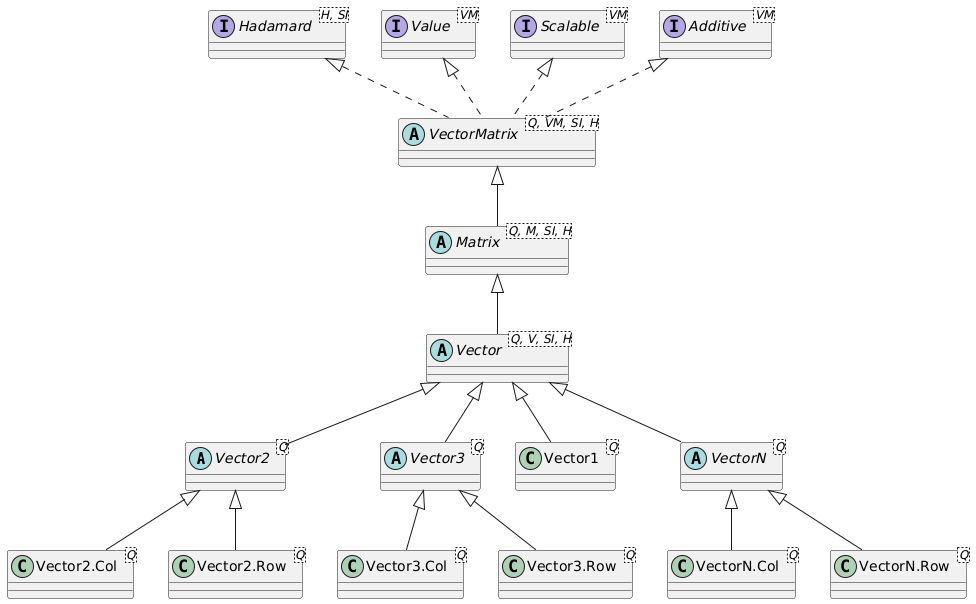
This is docs/images/vector.png from averbraeck/djunits, a PlantUML export, as it was before one commit.
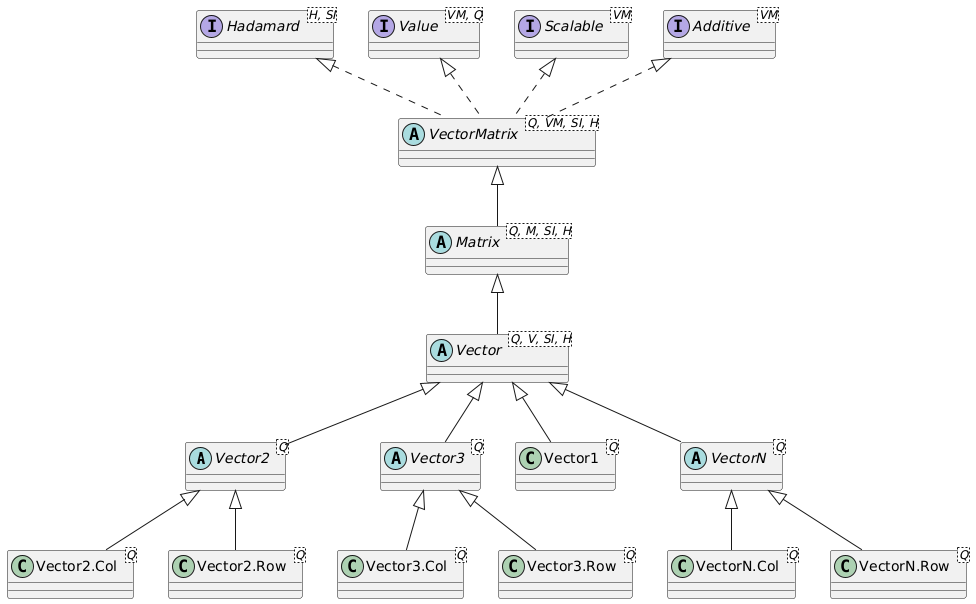
Above is the later version.

Commit message:
Update UML class diagrams with correct Value<V, Q> interface

The edit, as a diff of the source:
```diff
@@ -15,7 +15,7 @@
 abstract class Vector<Q, V, SI, H>
 
 interface Hadamard<H, SI>
-interface Value<VM>
+interface Value<VM, Q>
 interface Scalable<VM>
 interface Additive<VM>
 
```
